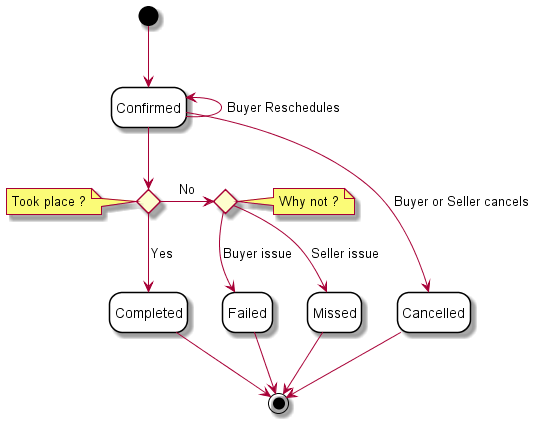
This is documentation/productApi/workforce/media/appointmentStates.png from MEF-GIT/MEF-LSO-Sonata-SDK, a PlantUML export, as it was before one commit.
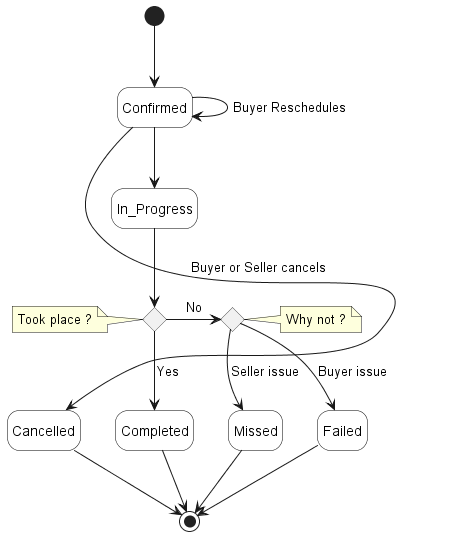
Later version of the same file.

What changed in the source:
```diff
@@ -14,18 +14,19 @@
 
 [*] -d-> Confirmed
 
-Confirmed -l-> Confirmed: Buyer Reschedules
-Confirmed -r[norank]-> Cancelled : Buyer or Seller cancels
-Confirmed -d-> Took_place
+Confirmed -d-> Confirmed: Buyer Reschedules
+Confirmed -d-> In_Progress
+In_Progress -d-> Took_place
 Took_place -d-> Completed: Yes
-
 Took_place -r-> Why_not: No
 Why_not -d-> Missed: Seller issue
 Why_not -d-> Failed: Buyer issue
+Confirmed -r[norank]-> Cancelled : Buyer or Seller cancels
 
+Cancelled -d-> [*]
 Missed -d-> [*]
 Completed -d-> [*]
 Failed -d-> [*]
-Cancelled -d-> [*]
-Missed -l[hidden]-> Failed
+
+
 @enduml
```
